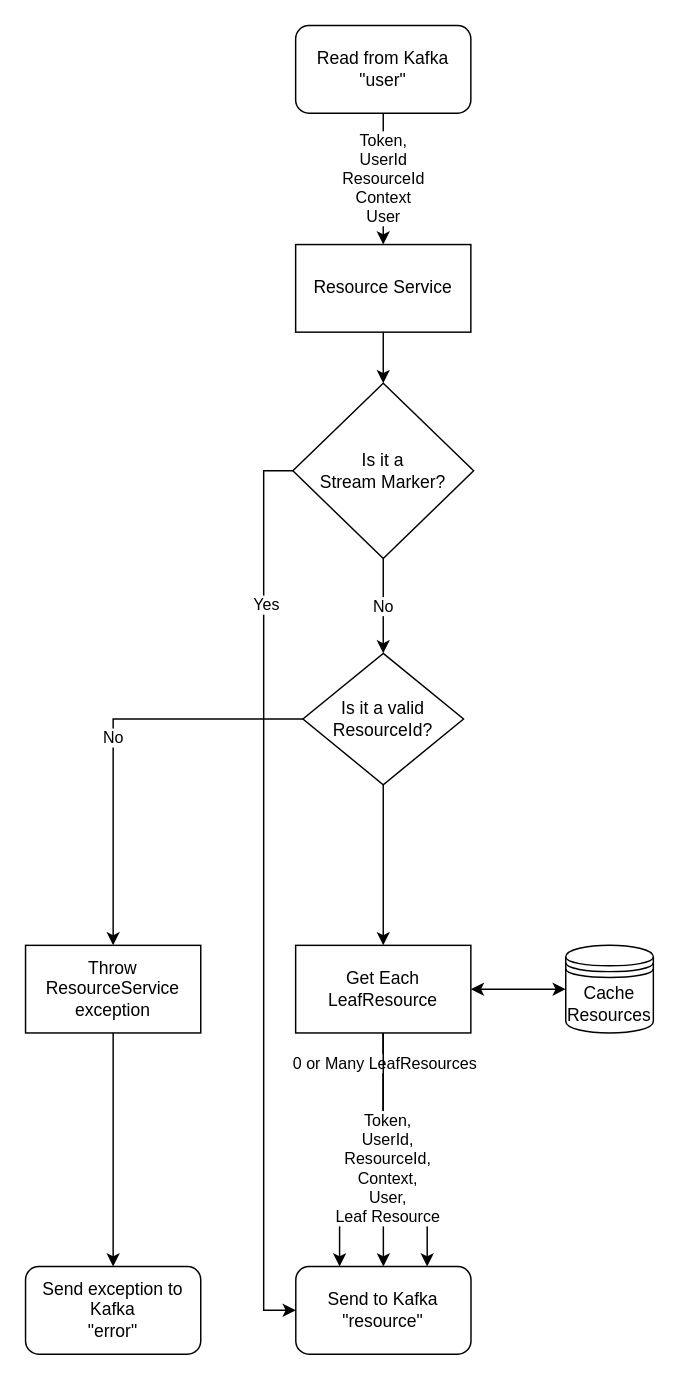
This is resource-service/doc/resource-service.drawio from gchq/Palisade-services, a draw.io file, before an edit. Source tidied: cells renumbered, new cells numbered last; positions are measured from the earlier drawing's top-left corner, leaving out a move shared by most shapes. Both pictures are drawn from the tidied source at 146%, with x=0, y=0 at pixel (25, 25).
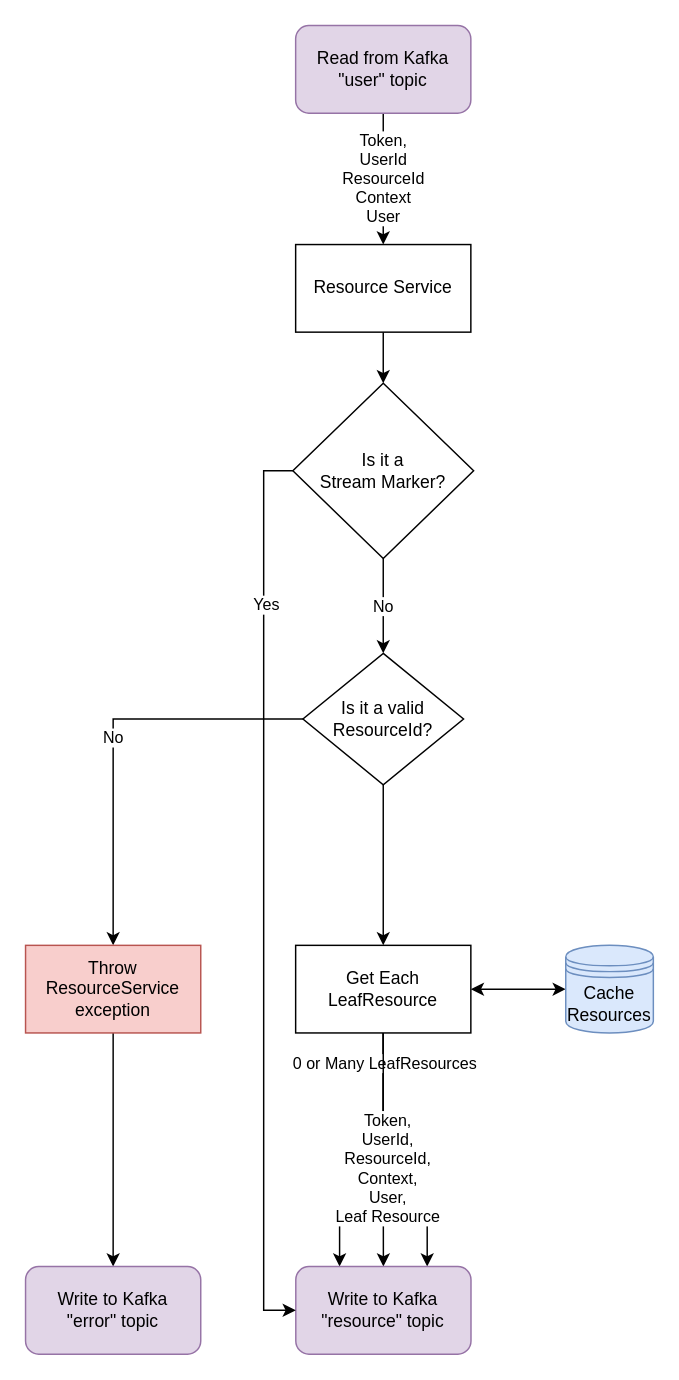
The same diagram, later.

What changed in the source:
```diff
@@
-    <mxCell id="11" value="Throw ResourceService exception" style="rounded=0;whiteSpace=wrap;html=1;" parent="1" vertex="1">
+    <mxCell id="11" value="Throw ResourceService exception" style="rounded=0;whiteSpace=wrap;html=1;fillColor=#f8cecc;strokeColor=#b85450;" parent="1" vertex="1">
       <mxGeometry y="630" width="120" height="60" as="geometry" />
     </mxCell>
@@
-    <mxCell id="16" value="&lt;div&gt;&lt;span&gt;Send exception to Kafka&lt;/span&gt;&lt;/div&gt;&lt;div&gt;&lt;span&gt;&quot;error&quot;&lt;br&gt;&lt;/span&gt;&lt;/div&gt;" style="rounded=1;whiteSpace=wrap;html=1;" parent="1" vertex="1">
+    <mxCell id="16" value="&lt;div&gt;&lt;span&gt;Write to Kafka&lt;/span&gt;&lt;/div&gt;&lt;div&gt;&lt;span&gt;&quot;error&quot; topic&lt;br&gt;&lt;/span&gt;&lt;/div&gt;" style="rounded=1;whiteSpace=wrap;html=1;fillColor=#e1d5e7;strokeColor=#9673a6;" parent="1" vertex="1">
       <mxGeometry y="850" width="120" height="60" as="geometry" />
     </mxCell>
@@
-    <mxCell id="18" value="&lt;div&gt;Read from Kafka&lt;/div&gt;&lt;div&gt;&quot;user&quot;&lt;br&gt;&lt;/div&gt;" style="rounded=1;whiteSpace=wrap;html=1;" parent="1" vertex="1">
+    <mxCell id="18" value="&lt;div&gt;Read from Kafka&lt;/div&gt;&lt;div&gt;&quot;user&quot; topic&lt;br&gt;&lt;/div&gt;" style="rounded=1;whiteSpace=wrap;html=1;fillColor=#e1d5e7;strokeColor=#9673a6;" parent="1" vertex="1">
       <mxGeometry x="185" width="120" height="60" as="geometry" />
     </mxCell>
-    <mxCell id="19" value="&lt;div&gt;Send to Kafka&lt;/div&gt;&lt;div&gt;&quot;resource&quot;&lt;br&gt;&lt;/div&gt;" style="rounded=1;whiteSpace=wrap;html=1;" parent="1" vertex="1">
+    <mxCell id="19" value="&lt;div&gt;Write to Kafka&lt;/div&gt;&lt;div&gt;&quot;resource&quot; topic&lt;br&gt;&lt;/div&gt;" style="rounded=1;whiteSpace=wrap;html=1;fillColor=#e1d5e7;strokeColor=#9673a6;" parent="1" vertex="1">
       <mxGeometry x="185.1" y="850" width="120" height="60" as="geometry" />
     </mxCell>
@@
-    <mxCell id="24" value="&lt;div&gt;Cache&lt;/div&gt;&lt;div&gt;Resources&lt;br&gt;&lt;/div&gt;" style="shape=datastore;whiteSpace=wrap;html=1;" parent="1" vertex="1">
+    <mxCell id="24" value="&lt;div&gt;Cache&lt;/div&gt;&lt;div&gt;Resources&lt;br&gt;&lt;/div&gt;" style="shape=datastore;whiteSpace=wrap;html=1;fillColor=#dae8fc;strokeColor=#6c8ebf;" parent="1" vertex="1">
       <mxGeometry x="370" y="630" width="60" height="60" as="geometry" />
     </mxCell>
```
